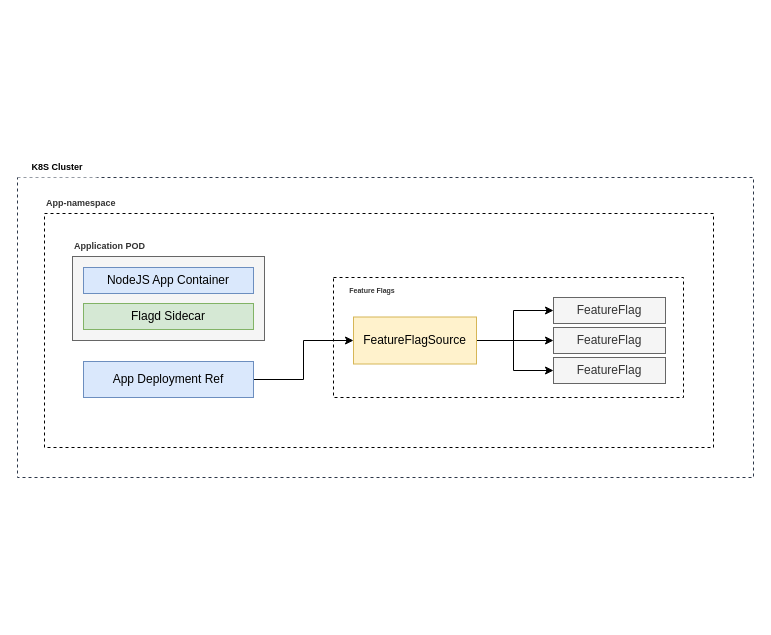
This is architecture-comparison.drawio from wguilherme/feature-flag, a draw.io file, before an edit. Source tidied: cells renumbered, new cells numbered last; positions are measured from the earlier drawing's top-left corner, leaving out a move shared by most shapes. Both pictures are drawn from the tidied source at 100%, with x=0, y=0 at pixel (17, 157).
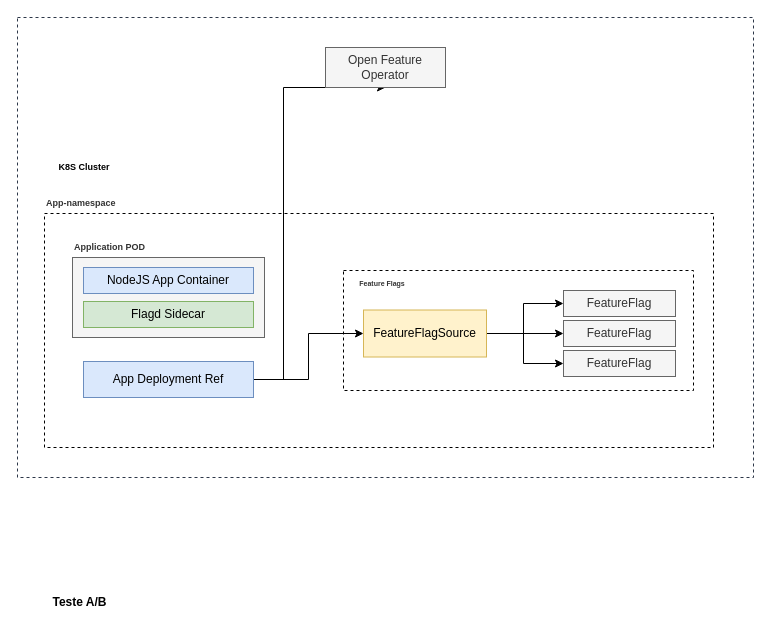
The same page after the edit.

Unchanged cells that the change refers to:
```xml
<mxCell id="14" value="App Deployment Ref" style="whiteSpace=wrap;html=1;fontSize=12;fillColor=#dae8fc;strokeColor=#6c8ebf;" parent="1" vertex="1">
  <mxGeometry x="66" y="204" width="170" height="36" as="geometry" />
</mxCell>
```

Diff of the diagram source:
```diff
@@
     <mxCell id="2" style="whiteSpace=wrap;html=1;dashed=1;strokeColor=#2D3748;" parent="1" vertex="1">
-      <mxGeometry y="20" width="736" height="300" as="geometry" />
+      <mxGeometry y="-140" width="736" height="460" as="geometry" />
     </mxCell>
@@
     <mxCell id="5" style="whiteSpace=wrap;html=1;fillColor=#f5f5f5;fontColor=#333333;strokeColor=#666666;" parent="1" vertex="1">
-      <mxGeometry x="55" y="99" width="192" height="84" as="geometry" />
+      <mxGeometry x="55" y="100" width="192" height="80" as="geometry" />
     </mxCell>
     <mxCell id="6" style="whiteSpace=wrap;html=1;dashed=1;" parent="1" vertex="1">
-      <mxGeometry x="316" y="120" width="350" height="120" as="geometry" />
+      <mxGeometry x="326" y="113" width="350" height="120" as="geometry" />
     </mxCell>
     <mxCell id="7" value="Feature Flags" style="whiteSpace=wrap;html=1;fontSize=7;fillColor=none;strokeColor=none;fontColor=#333333;fontStyle=1;" parent="1" vertex="1">
-      <mxGeometry x="326" y="128" width="58" height="12" as="geometry" />
+      <mxGeometry x="336" y="121" width="58" height="12" as="geometry" />
     </mxCell>
     <mxCell id="8" value="FeatureFlag" style="whiteSpace=wrap;html=1;fontSize=12;fillColor=#f5f5f5;fontColor=#333333;strokeColor=#666666;" parent="1" vertex="1">
-      <mxGeometry x="536" y="140" width="112" height="26" as="geometry" />
+      <mxGeometry x="546" y="133" width="112" height="26" as="geometry" />
     </mxCell>
     <mxCell id="9" style="edgeStyle=orthogonalEdgeStyle;rounded=0;jettySize=auto;html=1;entryX=0;entryY=0.5;entryDx=0;entryDy=0;" parent="1" edge="1" source="12" target="8">
       <mxGeometry relative="1" as="geometry">
         <Array as="points">
-          <mxPoint x="496" y="183" />
-          <mxPoint x="496" y="153" />
+          <mxPoint x="506" y="176" />
+          <mxPoint x="506" y="146" />
         </Array>
       </mxGeometry>
     </mxCell>
@@
     <mxCell id="11" style="edgeStyle=orthogonalEdgeStyle;rounded=0;jettySize=auto;html=1;entryX=0;entryY=0.5;entryDx=0;entryDy=0;" parent="1" edge="1" source="12" target="17">
       <mxGeometry relative="1" as="geometry">
         <Array as="points">
-          <mxPoint x="496" y="183" />
-          <mxPoint x="496" y="213" />
+          <mxPoint x="506" y="176" />
+          <mxPoint x="506" y="206" />
         </Array>
       </mxGeometry>
     </mxCell>
     <mxCell id="12" value="FeatureFlagSource" style="whiteSpace=wrap;html=1;fontSize=12;fillColor=#fff2cc;strokeColor=#d6b656;" parent="1" vertex="1">
-      <mxGeometry x="336" y="159.5" width="123" height="47" as="geometry" />
+      <mxGeometry x="346" y="152.5" width="123" height="47" as="geometry" />
     </mxCell>
@@
+    <mxCell id="21" style="edgeStyle=orthogonalEdgeStyle;rounded=0;jettySize=auto;html=1;entryX=0.5;entryY=1;entryDx=0;entryDy=0;" parent="1" edge="1" source="14" target="22">
+      <mxGeometry relative="1" as="geometry">
+        <Array as="points">
+          <mxPoint x="266" y="222" />
+          <mxPoint x="266" y="-70" />
+        </Array>
+      </mxGeometry>
+    </mxCell>
@@
     <mxCell id="15" value="K8S Cluster" style="whiteSpace=wrap;html=1;fontSize=9;fillColor=default;fontColor=#000000;strokeColor=none;fontStyle=1;align=center;" parent="1" vertex="1">
-      <mxGeometry width="80" height="20" as="geometry" />
+      <mxGeometry x="27" width="80" height="20" as="geometry" />
     </mxCell>
     <mxCell id="16" value="FeatureFlag" style="whiteSpace=wrap;html=1;fontSize=12;fillColor=#f5f5f5;fontColor=#333333;strokeColor=#666666;" parent="1" vertex="1">
-      <mxGeometry x="536" y="170" width="112" height="26" as="geometry" />
+      <mxGeometry x="546" y="163" width="112" height="26" as="geometry" />
     </mxCell>
     <mxCell id="17" value="FeatureFlag" style="whiteSpace=wrap;html=1;fontSize=12;fillColor=#f5f5f5;fontColor=#333333;strokeColor=#666666;" parent="1" vertex="1">
-      <mxGeometry x="536" y="200" width="112" height="26" as="geometry" />
+      <mxGeometry x="546" y="193" width="112" height="26" as="geometry" />
     </mxCell>
@@
     <mxCell id="19" value="Flagd Sidecar" style="whiteSpace=wrap;html=1;fillColor=#d5e8d4;strokeColor=#82b366;" parent="1" vertex="1">
-      <mxGeometry x="66" y="146" width="170" height="26" as="geometry" />
+      <mxGeometry x="66" y="144" width="170" height="26" as="geometry" />
     </mxCell>
     <mxCell id="20" value="Application POD" style="whiteSpace=wrap;html=1;fontSize=9;fillColor=none;fontColor=#333333;strokeColor=none;fontStyle=1;align=left;" parent="1" vertex="1">
-      <mxGeometry x="55" y="79" width="80" height="20" as="geometry" />
+      <mxGeometry x="55" y="80" width="80" height="20" as="geometry" />
     </mxCell>
+    <mxCell id="22" value="Open Feature Operator" style="whiteSpace=wrap;html=1;fillColor=#f5f5f5;fontColor=#333333;strokeColor=#666666;" parent="1" vertex="1">
+      <mxGeometry x="308" y="-110" width="120" height="40" as="geometry" />
+    </mxCell>
+    <mxCell id="23" value="Teste A/B" style="text;html=1;align=center;verticalAlign=middle;strokeColor=none;fillColor=none;fontStyle=1;" parent="1" vertex="1">
+      <mxGeometry x="27" y="430" width="70" height="30" as="geometry" />
+    </mxCell>
```
